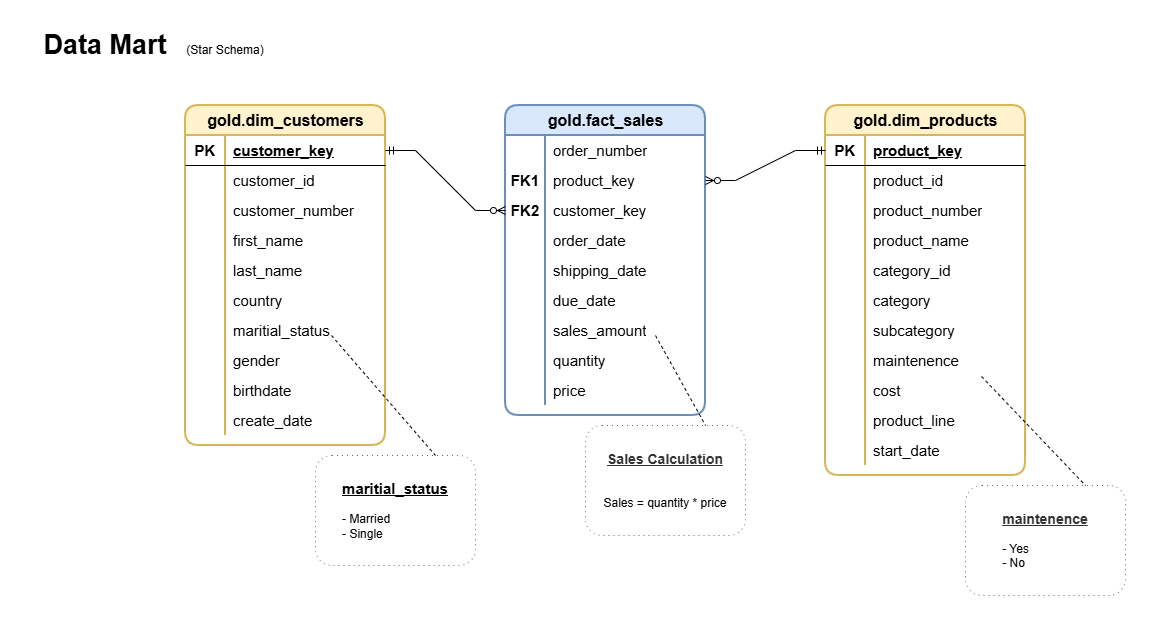
Earlier version of the draw.io export docs/images/data_mart.png (kms-gitgut/sql-data-warehouse-project). Source tidied: cells renumbered, new cells last; positions are measured from the earlier drawing's top-left corner, leaving out a move shared by most shapes.
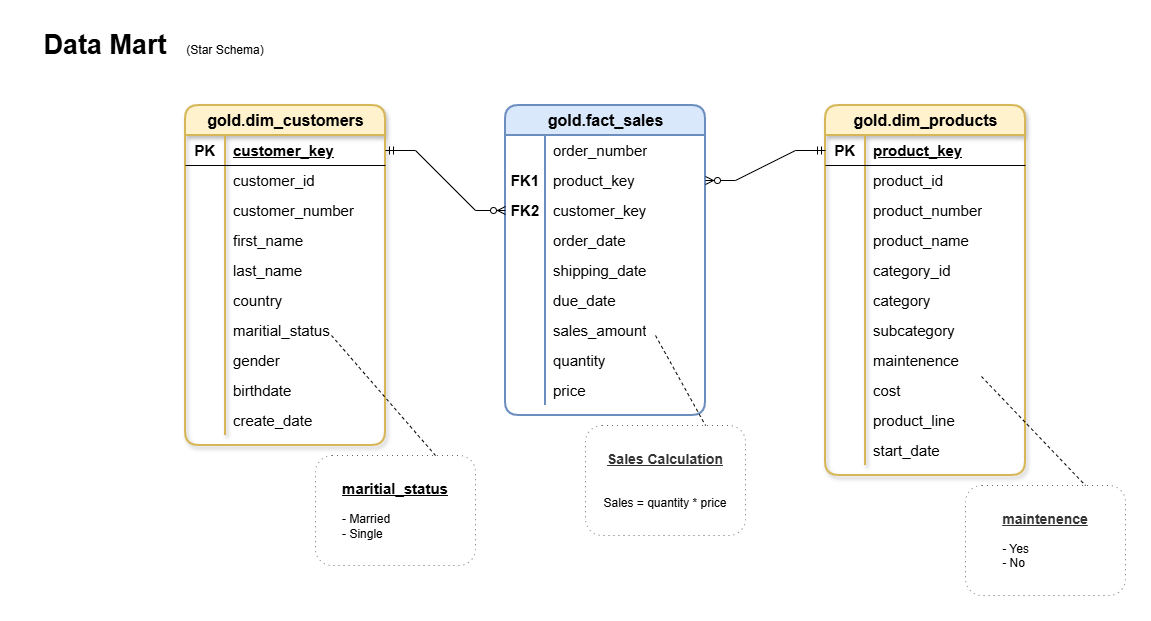
Above is the later version.

Change to the diagram source:
```diff
@@ -2,7 +2,7 @@
   <root>
     <mxCell id="0" />
     <mxCell id="1" parent="0" />
-    <mxCell id="2" value="gold.dim_customers" style="shape=table;startSize=30;rowLines=0;fontStyle=1;align=center;html=1;rounded=1;fillColor=#fff2cc;strokeColor=#d6b656;fontSize=16;strokeWidth=2;" parent="1" vertex="1">
+    <mxCell id="2" value="gold.dim_customers" style="shape=table;startSize=30;rowLines=0;fontStyle=1;align=center;html=1;rounded=1;fillColor=#fff2cc;strokeColor=#d6b656;fontSize=16;strokeWidth=2;shadow=1;" parent="1" vertex="1">
       <mxGeometry x="160" y="80" width="200" height="340" as="geometry" />
     </mxCell>
     <mxCell id="3" style="shape=tableRow;horizontal=0;startSize=0;swimlaneHead=0;swimlaneBody=0;fillColor=none;points=[[0,0.5],[1,0.5]];portConstraint=eastwest;top=0;left=0;right=0;bottom=1;fontSize=15;align=left;" parent="2" vertex="1">
@@ -101,7 +101,7 @@
     <mxCell id="34" value="(Star Schema)" style="text;html=1;whiteSpace=wrap;strokeColor=none;fillColor=none;align=center;verticalAlign=middle;rounded=0;" parent="1" vertex="1">
       <mxGeometry x="160" y="10" width="80" height="30" as="geometry" />
     </mxCell>
-    <mxCell id="35" value="gold.dim_products" style="shape=table;startSize=30;rowLines=0;fontStyle=1;align=center;html=1;rounded=1;fillColor=#fff2cc;strokeColor=#d6b656;fontSize=16;strokeWidth=2;" parent="1" vertex="1">
+    <mxCell id="35" value="gold.dim_products" style="shape=table;startSize=30;rowLines=0;fontStyle=1;align=center;html=1;rounded=1;fillColor=#fff2cc;strokeColor=#d6b656;fontSize=16;strokeWidth=2;shadow=1;" parent="1" vertex="1">
       <mxGeometry x="800" y="80" width="200" height="370" as="geometry" />
     </mxCell>
     <mxCell id="36" style="shape=tableRow;horizontal=0;startSize=0;swimlaneHead=0;swimlaneBody=0;fillColor=none;points=[[0,0.5],[1,0.5]];portConstraint=eastwest;top=0;left=0;right=0;bottom=1;fontSize=15;align=left;" parent="35" vertex="1">
@@ -242,7 +242,7 @@
     <mxCell id="81" value="order_date" style="shape=partialRectangle;fillColor=none;top=0;left=0;bottom=0;right=0;align=left;spacingLeft=6;overflow=hidden;whiteSpace=wrap;html=1;fontSize=15;" parent="79" vertex="1">
       <mxGeometry x="40" width="160" height="30" as="geometry" />
     </mxCell>
-    <mxCell id="82" style="shape=tableRow;horizontal=0;startSize=0;swimlaneHead=0;swimlaneBody=0;fillColor=none;top=0;left=0;right=0;bottom=0;fontSize=15;align=left;" parent="69" vertex="1">
+    <mxCell id="82" style="shape=tableRow;horizontal=0;startSize=0;swimlaneHead=0;swimlaneBody=0;fillColor=none;top=0;left=0;right=0;bottom=0;fontSize=15;align=left;shadow=1;" parent="69" vertex="1">
       <mxGeometry y="150" width="200" height="30" as="geometry" />
     </mxCell>
     <mxCell id="83" value="&lt;span style=&quot;white-space: pre;&quot;&gt;&#9;&lt;/span&gt;" style="shape=partialRectangle;fillColor=none;top=0;left=0;bottom=0;right=0;overflow=hidden;whiteSpace=wrap;html=1;fontSize=15;align=center;" parent="82" vertex="1">
```
